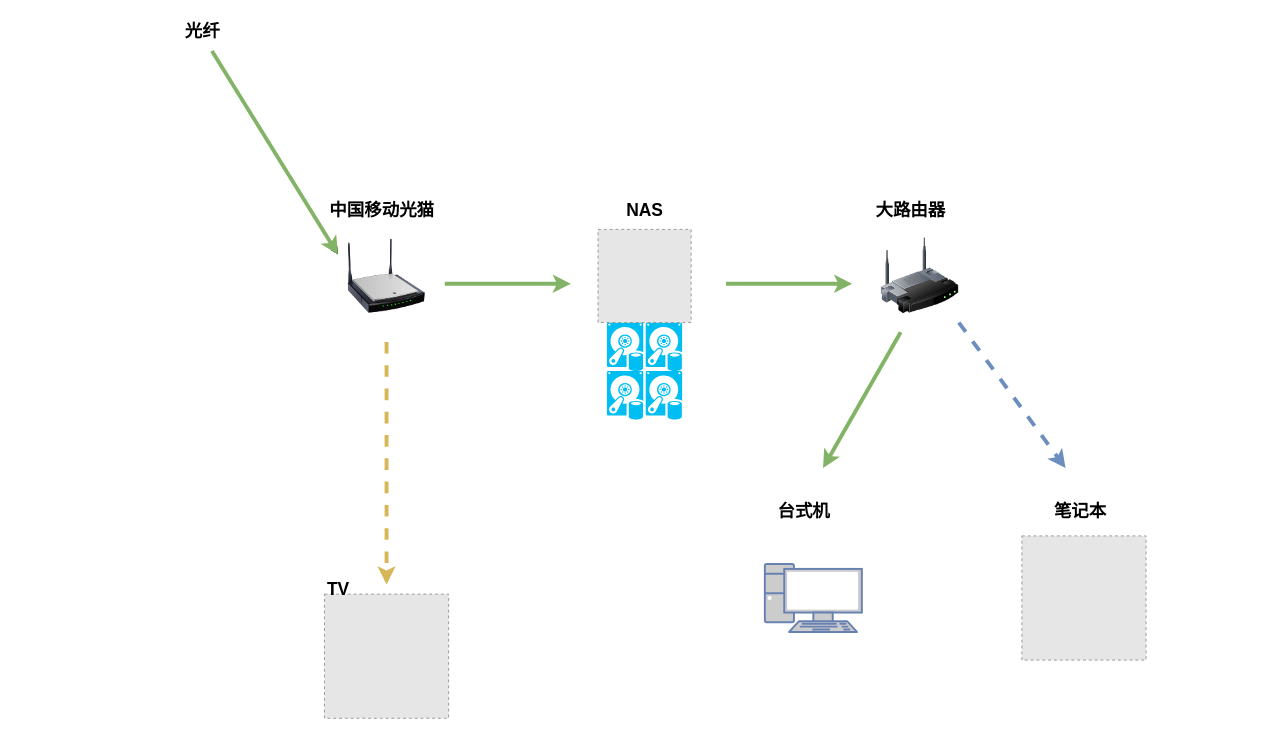
androidjp/draw-io-note keeps this draw.io diagram as 威联通NAS同和方案.drawio. Above is the earlier version. Source tidied: cells renumbered, new cells numbered last; positions are measured from the earlier drawing's top-left corner, leaving out a move shared by most shapes. Both pictures are drawn from the tidied source at 97%, with x=0, y=0 at pixel (178, 16). Pictures stored in the file or linked from it are replaced by grey dashed boxes.
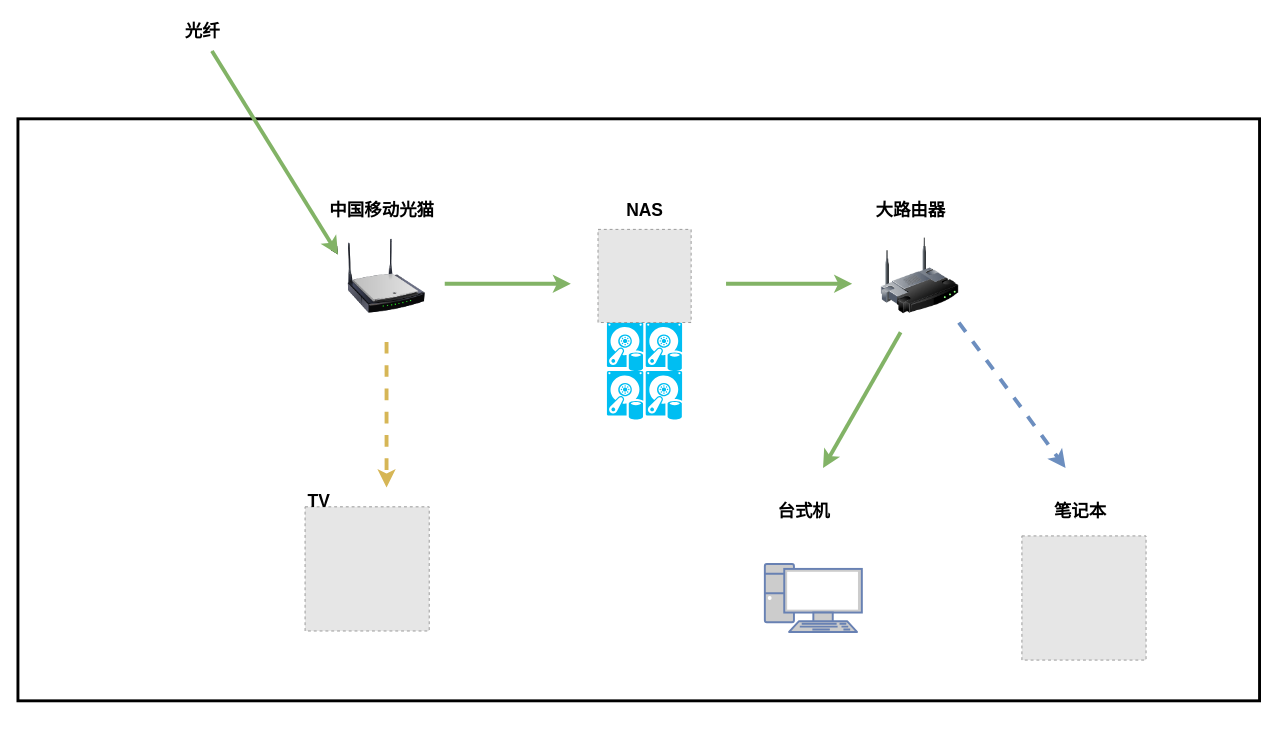
The same diagram, later.

Commit message:
Update 威联通NAS同和方案.drawio

What changed in the source:
```diff
@@
+    <mxCell id="26" style="rounded=0;whiteSpace=wrap;html=1;fontSize=18;strokeWidth=3;" parent="1" vertex="1">
+      <mxGeometry x="-165" y="105" width="1280" height="600" as="geometry" />
+    </mxCell>
@@
     <mxCell id="17" style="fillColor=#E6E6E6;strokeColor=#999999;dashed=1;html=1;verticalAlign=top;verticalLabelPosition=bottom;labelBackgroundColor=#ffffff;fontSize=18;" parent="1" vertex="1">
-      <mxGeometry x="151" y="595" width="128" height="128" as="geometry" />
+      <mxGeometry x="131" y="505" width="128" height="128" as="geometry" />
     </mxCell>
     <mxCell id="18" value="TV" style="text;html=1;align=center;verticalAlign=middle;fontSize=18;fontStyle=1;" parent="1" vertex="1">
-      <mxGeometry x="145" y="575" width="40" height="30" as="geometry" />
+      <mxGeometry x="125" y="485" width="40" height="30" as="geometry" />
     </mxCell>
@@
     <mxCell id="24" style="endArrow=classic;html=1;strokeWidth=4;fillColor=#fff2cc;strokeColor=#d6b656;dashed=1;" parent="1" edge="1">
       <mxGeometry relative="1" as="geometry">
         <mxPoint x="215" y="335" as="sourcePoint" />
-        <mxPoint x="215" y="585" as="targetPoint" />
+        <mxPoint x="215" y="485" as="targetPoint" />
       </mxGeometry>
     </mxCell>
```
